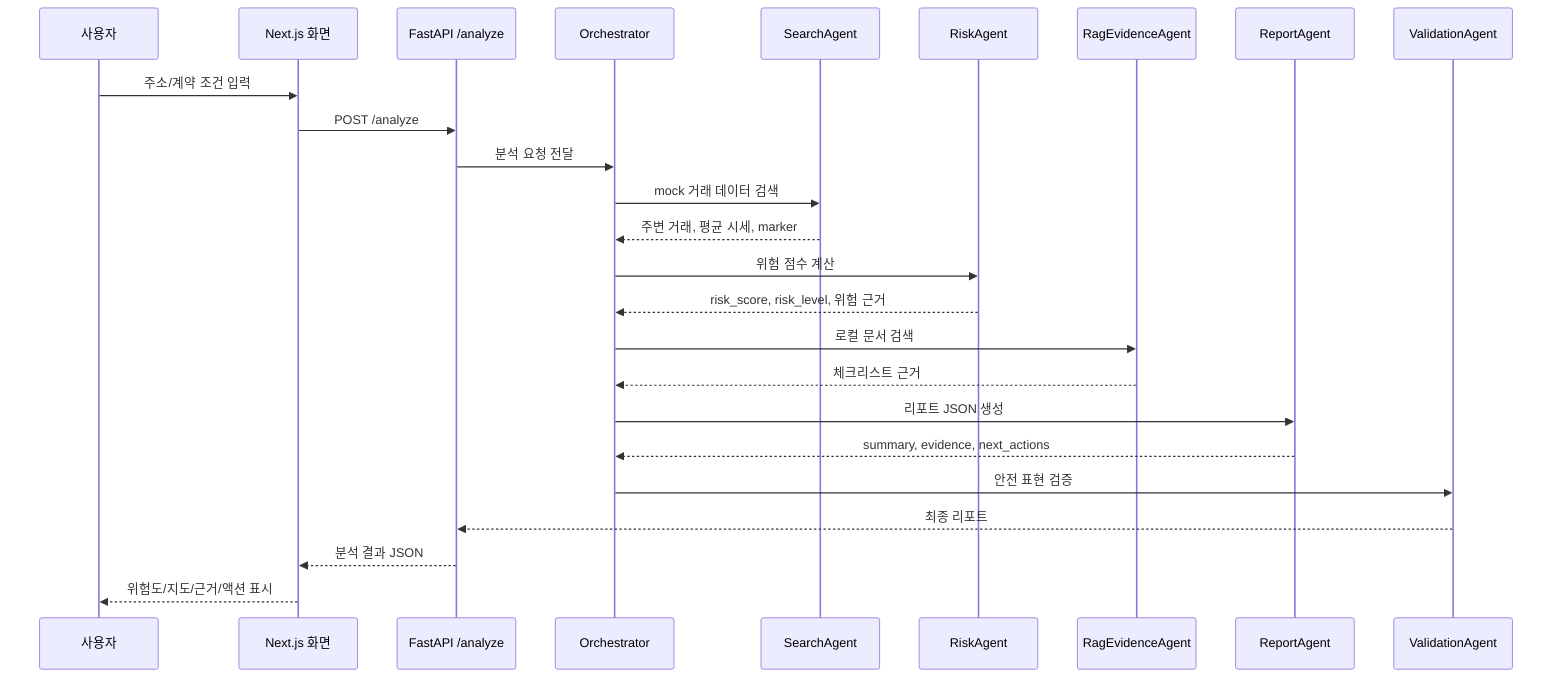
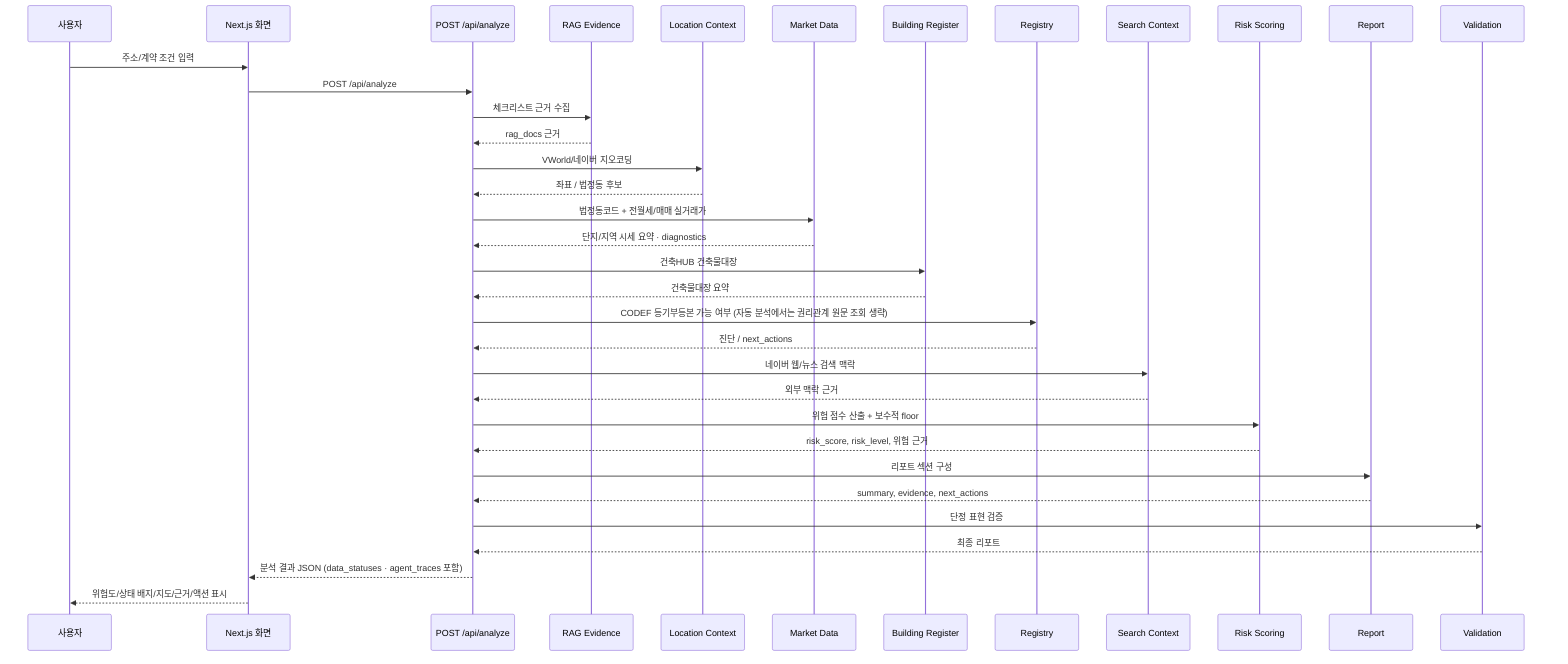
sequenceDiagram
    participant User as 사용자
    participant FE as Next.js 화면
-     participant API as FastAPI /analyze
-     participant OR as Orchestrator
-     participant DA as SearchAgent
-     participant RA as RiskAgent
-     participant RAG as RagEvidenceAgent
-     participant RP as ReportAgent
-     participant VA as ValidationAgent
+     participant API as POST /api/analyze
+     participant RAG as RAG Evidence
+     participant LOC as Location Context
+     participant MKT as Market Data
+     participant BLD as Building Register
+     participant REG as Registry
+     participant SRC as Search Context
+     participant RISK as Risk Scoring
+     participant RP as Report
+     participant VA as Validation

    User->>FE: 주소/계약 조건 입력
-     FE->>API: POST /analyze
-     API->>OR: 분석 요청 전달
+     FE->>API: POST /api/analyze
+     API->>RAG: 체크리스트 근거 수집
+     RAG-->>API: rag_docs 근거

-     OR->>DA: mock 거래 데이터 검색
-     DA-->>OR: 주변 거래, 평균 시세, marker
+     API->>LOC: VWorld/네이버 지오코딩
+     LOC-->>API: 좌표 / 법정동 후보

-     OR->>RA: 위험 점수 계산
-     RA-->>OR: risk_score, risk_level, 위험 근거
+     API->>MKT: 법정동코드 + 전월세/매매 실거래가
+     MKT-->>API: 단지/지역 시세 요약 · diagnostics

-     OR->>RAG: 로컬 문서 검색
-     RAG-->>OR: 체크리스트 근거
+     API->>BLD: 건축HUB 건축물대장
+     BLD-->>API: 건축물대장 요약

-     OR->>RP: 리포트 JSON 생성
-     RP-->>OR: summary, evidence, next_actions
+     API->>REG: CODEF 등기부등본 가능 여부 (자동 분석에서는 권리관계 원문 조회 생략)
+     REG-->>API: 진단 / next_actions

-     OR->>VA: 안전 표현 검증
+     API->>SRC: 네이버 웹/뉴스 검색 맥락
+     SRC-->>API: 외부 맥락 근거
+ 
+     API->>RISK: 위험 점수 산출 + 보수적 floor
+     RISK-->>API: risk_score, risk_level, 위험 근거
+ 
+     API->>RP: 리포트 섹션 구성
+     RP-->>API: summary, evidence, next_actions
+ 
+     API->>VA: 단정 표현 검증
    VA-->>API: 최종 리포트

-     API-->>FE: 분석 결과 JSON
-     FE-->>User: 위험도/지도/근거/액션 표시
+     API-->>FE: 분석 결과 JSON (data_statuses · agent_traces 포함)
+     FE-->>User: 위험도/상태 배지/지도/근거/액션 표시
